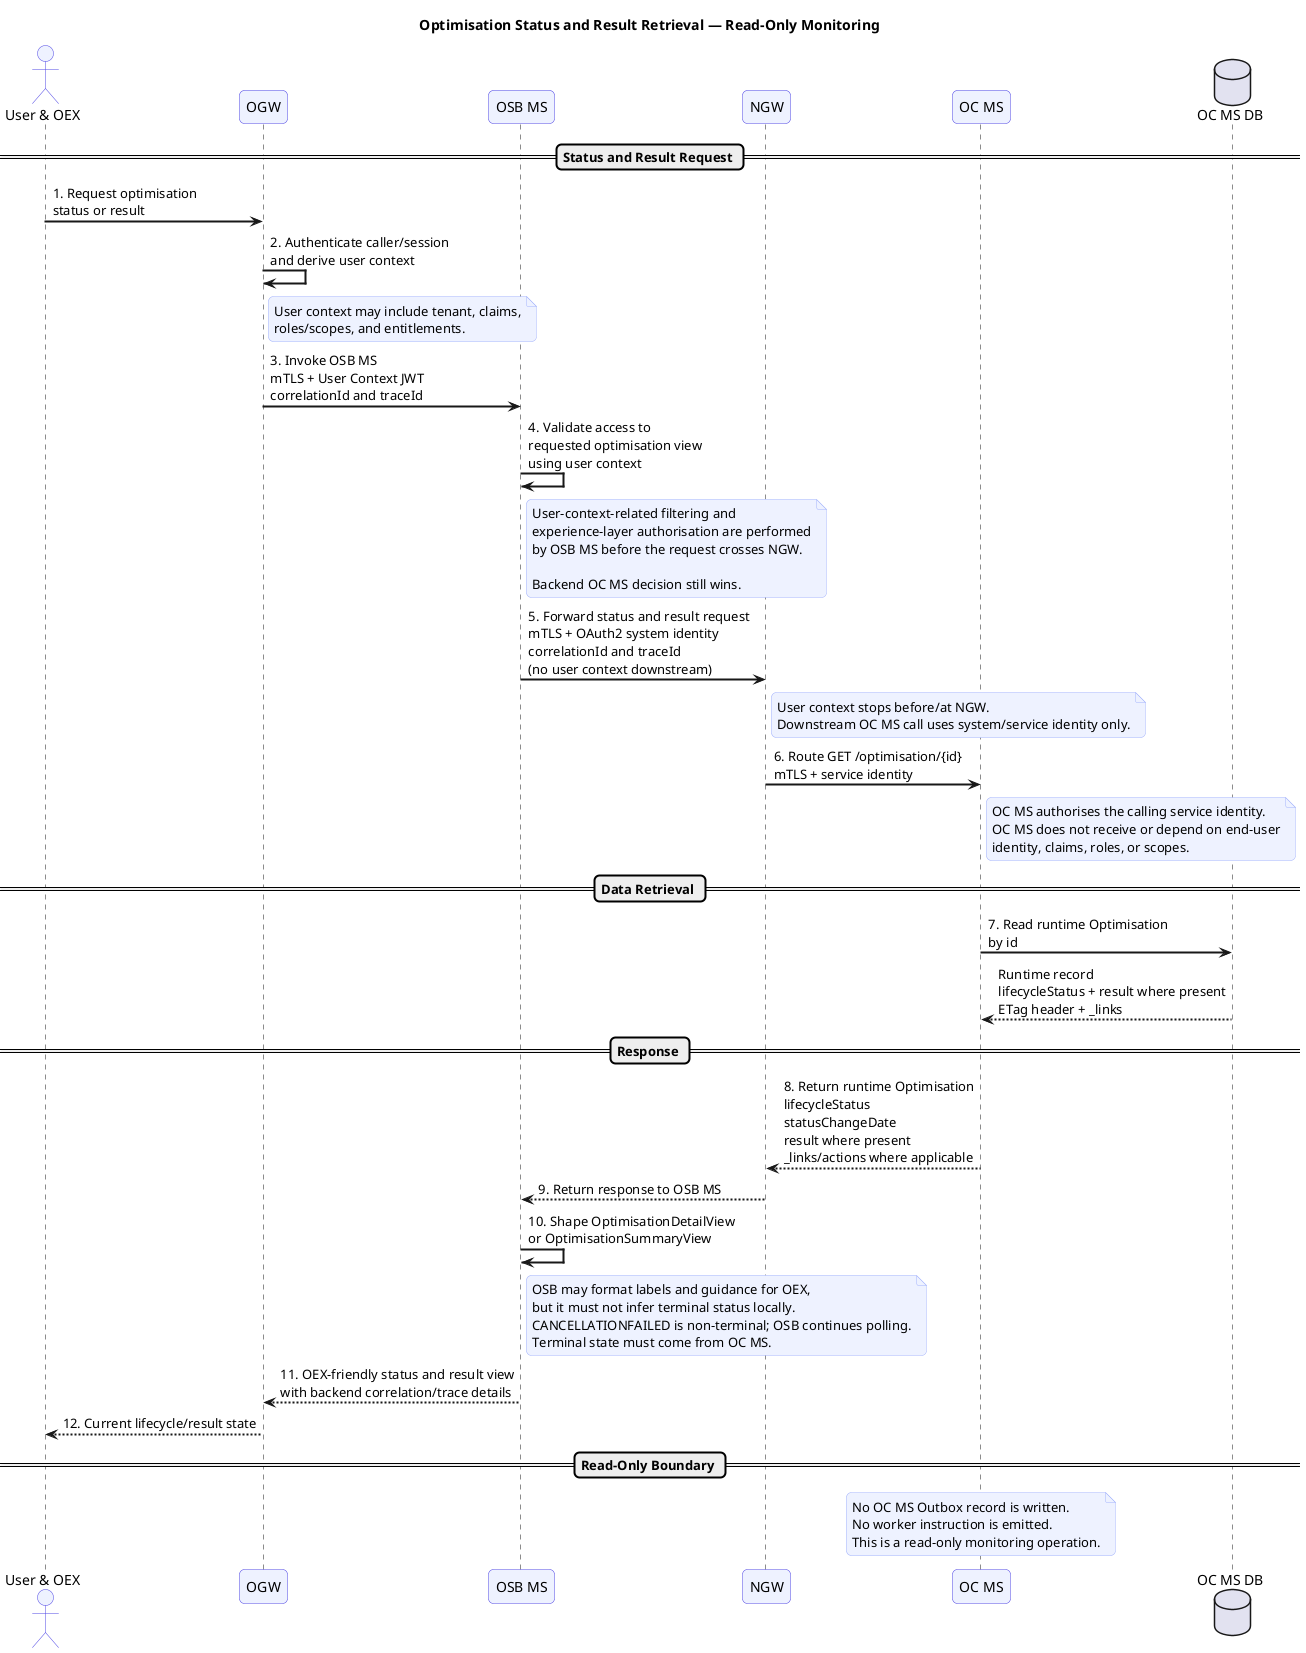
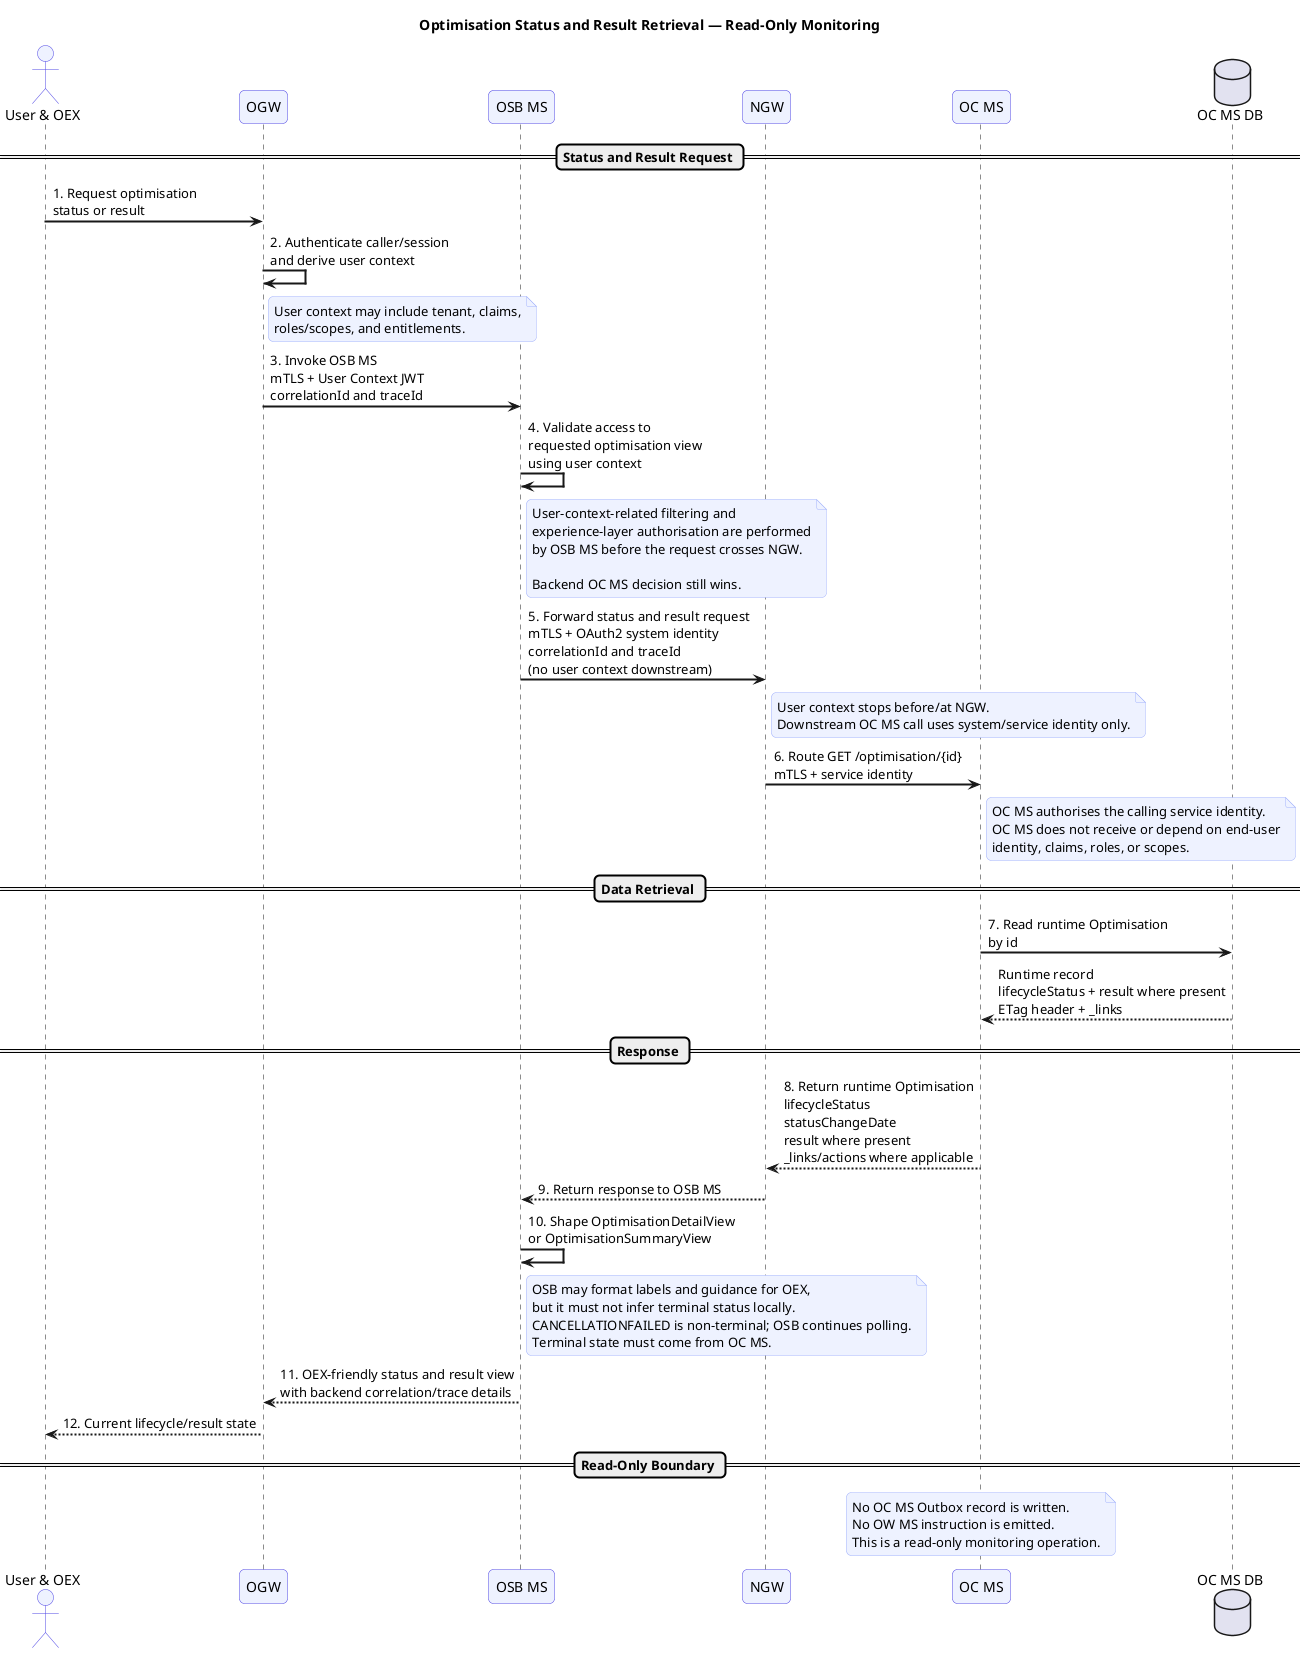
@startuml
title Optimisation Status and Result Retrieval — Read-Only Monitoring

skinparam sequenceArrowThickness 2
skinparam roundcorner 10
skinparam sequenceParticipantBackgroundColor #EEF2FF
skinparam sequenceParticipantBorderColor #4F46E5
skinparam sequenceActorBackgroundColor #EEF2FF
skinparam sequenceActorBorderColor #4F46E5
skinparam noteBorderColor #A5B4FC
skinparam noteBackgroundColor #EEF2FF

actor "User & OEX" as Caller
participant "OGW" as OGW
participant "OSB MS" as OSB
participant "NGW" as NGW
participant "OC MS" as OCMS
database "OC MS DB" as OCDB

== Status and Result Request ==

Caller -> OGW : 1. Request optimisation\nstatus or result
OGW -> OGW : 2. Authenticate caller/session\nand derive user context

note right of OGW
User context may include tenant, claims,
roles/scopes, and entitlements.
end note

OGW -> OSB : 3. Invoke OSB MS\nmTLS + User Context JWT\ncorrelationId and traceId

OSB -> OSB : 4. Validate access to\nrequested optimisation view\nusing user context

note right of OSB
User-context-related filtering and
experience-layer authorisation are performed
by OSB MS before the request crosses NGW.

Backend OC MS decision still wins.
end note

OSB -> NGW : 5. Forward status and result request\nmTLS + OAuth2 system identity\ncorrelationId and traceId\n(no user context downstream)

note right of NGW
User context stops before/at NGW.
Downstream OC MS call uses system/service identity only.
end note

NGW -> OCMS : 6. Route GET /optimisation/{id}\nmTLS + service identity

note right of OCMS
OC MS authorises the calling service identity.
OC MS does not receive or depend on end-user
identity, claims, roles, or scopes.
end note

== Data Retrieval ==

OCMS -> OCDB : 7. Read runtime Optimisation\nby id
OCDB --> OCMS : Runtime record\nlifecycleStatus + result where present\nETag header + _links

== Response ==

OCMS --> NGW : 8. Return runtime Optimisation\nlifecycleStatus\nstatusChangeDate\nresult where present\n_links/actions where applicable
NGW --> OSB : 9. Return response to OSB MS

OSB -> OSB : 10. Shape OptimisationDetailView\nor OptimisationSummaryView

note right of OSB
OSB may format labels and guidance for OEX,
but it must not infer terminal status locally.
CANCELLATIONFAILED is non-terminal; OSB continues polling.
Terminal state must come from OC MS.
end note

OSB --> OGW : 11. OEX-friendly status and result view\nwith backend correlation/trace details
OGW --> Caller : 12. Current lifecycle/result state

== Read-Only Boundary ==

note over OCMS
No OC MS Outbox record is written.
- No worker instruction is emitted.
+ No OW MS instruction is emitted.
This is a read-only monitoring operation.
end note

@enduml
